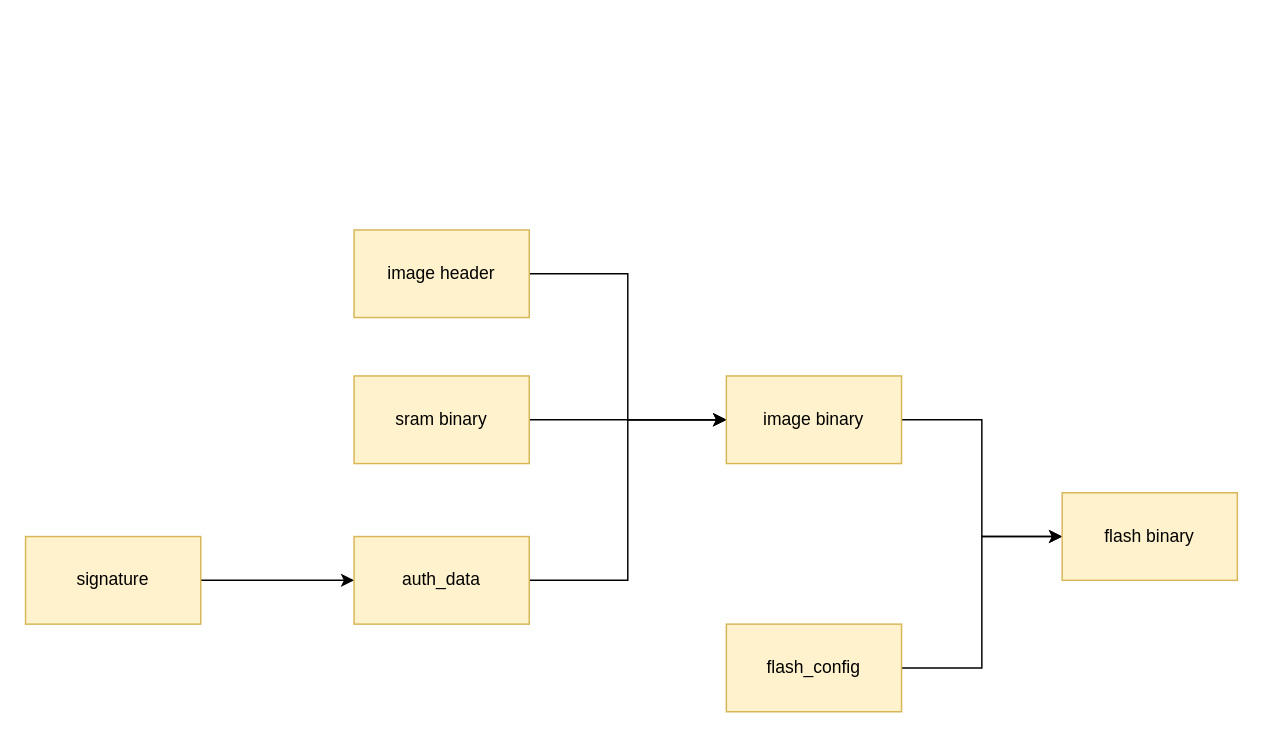
Above: page "host tool" (1 of 3) of w2409.drawio in thomas-coding/drawio (draw.io), before the change. Source tidied: cells renumbered, new cells numbered last; positions are measured from the earlier drawing's top-left corner, leaving out a move shared by most shapes. Both pictures are drawn from the tidied source at 146%, with x=0, y=0 at pixel (25, 229).
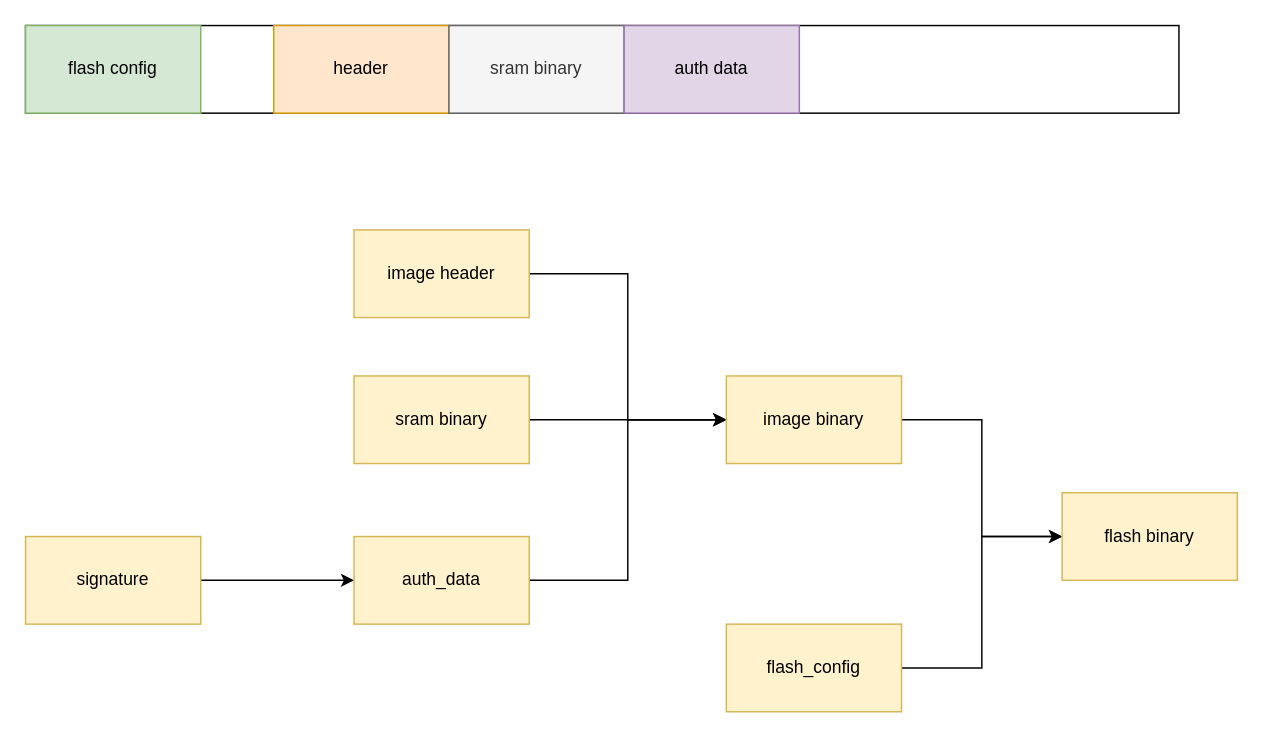
After the change.

What changed in the source:
```diff
@@
 <mxGraphModel>
   <root>
     <mxCell id="0" />
     <mxCell id="1" parent="0" />
     <mxCell id="2" style="edgeStyle=orthogonalEdgeStyle;rounded=0;jettySize=auto;html=1;entryX=0;entryY=0.5;entryDx=0;entryDy=0;" parent="1" edge="1" source="3" target="11">
       <mxGeometry relative="1" as="geometry" />
     </mxCell>
     <mxCell id="3" value="image header" style="rounded=0;whiteSpace=wrap;html=1;fillColor=#fff2cc;strokeColor=#d6b656;" parent="1" vertex="1">
       <mxGeometry x="225" width="120" height="60" as="geometry" />
     </mxCell>
     <mxCell id="4" style="edgeStyle=orthogonalEdgeStyle;rounded=0;jettySize=auto;html=1;entryX=0;entryY=0.5;entryDx=0;entryDy=0;" parent="1" edge="1" source="5" target="7">
       <mxGeometry relative="1" as="geometry" />
     </mxCell>
     <mxCell id="5" value="signature" style="rounded=0;whiteSpace=wrap;html=1;fillColor=#fff2cc;strokeColor=#d6b656;" parent="1" vertex="1">
       <mxGeometry y="210" width="120" height="60" as="geometry" />
     </mxCell>
     <mxCell id="6" style="edgeStyle=orthogonalEdgeStyle;rounded=0;jettySize=auto;html=1;entryX=0;entryY=0.5;entryDx=0;entryDy=0;" parent="1" edge="1" source="7" target="11">
       <mxGeometry relative="1" as="geometry" />
     </mxCell>
     <mxCell id="7" value="auth_data" style="rounded=0;whiteSpace=wrap;html=1;fillColor=#fff2cc;strokeColor=#d6b656;" parent="1" vertex="1">
       <mxGeometry x="225" y="210" width="120" height="60" as="geometry" />
     </mxCell>
     <mxCell id="8" style="edgeStyle=orthogonalEdgeStyle;rounded=0;jettySize=auto;html=1;entryX=0;entryY=0.5;entryDx=0;entryDy=0;" parent="1" edge="1" source="9" target="11">
       <mxGeometry relative="1" as="geometry" />
     </mxCell>
     <mxCell id="9" value="sram binary" style="rounded=0;whiteSpace=wrap;html=1;fillColor=#fff2cc;strokeColor=#d6b656;" parent="1" vertex="1">
       <mxGeometry x="225" y="100" width="120" height="60" as="geometry" />
     </mxCell>
     <mxCell id="10" style="edgeStyle=orthogonalEdgeStyle;rounded=0;jettySize=auto;html=1;entryX=0;entryY=0.5;entryDx=0;entryDy=0;" parent="1" edge="1" source="11" target="14">
       <mxGeometry relative="1" as="geometry" />
     </mxCell>
     <mxCell id="11" value="image binary" style="rounded=0;whiteSpace=wrap;html=1;fillColor=#fff2cc;strokeColor=#d6b656;" parent="1" vertex="1">
       <mxGeometry x="480" y="100" width="120" height="60" as="geometry" />
     </mxCell>
     <mxCell id="12" style="edgeStyle=orthogonalEdgeStyle;rounded=0;jettySize=auto;html=1;entryX=0;entryY=0.5;entryDx=0;entryDy=0;" parent="1" edge="1" source="13" target="14">
       <mxGeometry relative="1" as="geometry" />
     </mxCell>
     <mxCell id="13" value="flash_config" style="rounded=0;whiteSpace=wrap;html=1;fillColor=#fff2cc;strokeColor=#d6b656;" parent="1" vertex="1">
       <mxGeometry x="480" y="270" width="120" height="60" as="geometry" />
     </mxCell>
     <mxCell id="14" value="flash binary" style="rounded=0;whiteSpace=wrap;html=1;fillColor=#fff2cc;strokeColor=#d6b656;" parent="1" vertex="1">
       <mxGeometry x="710" y="180" width="120" height="60" as="geometry" />
     </mxCell>
+    <mxCell id="15" style="rounded=0;whiteSpace=wrap;html=1;" parent="1" vertex="1">
+      <mxGeometry y="-140" width="790" height="60" as="geometry" />
+    </mxCell>
+    <mxCell id="16" value="flash config" style="rounded=0;whiteSpace=wrap;html=1;fillColor=#d5e8d4;strokeColor=#82b366;" parent="1" vertex="1">
+      <mxGeometry y="-140" width="120" height="60" as="geometry" />
+    </mxCell>
+    <mxCell id="17" value="header" style="rounded=0;whiteSpace=wrap;html=1;fillColor=#ffe6cc;strokeColor=#d79b00;" parent="1" vertex="1">
+      <mxGeometry x="170" y="-140" width="120" height="60" as="geometry" />
+    </mxCell>
+    <mxCell id="18" value="sram binary" style="rounded=0;whiteSpace=wrap;html=1;fillColor=#f5f5f5;strokeColor=#666666;fontColor=#333333;" parent="1" vertex="1">
+      <mxGeometry x="290" y="-140" width="120" height="60" as="geometry" />
+    </mxCell>
+    <mxCell id="19" value="auth data" style="rounded=0;whiteSpace=wrap;html=1;fillColor=#e1d5e7;strokeColor=#9673a6;" parent="1" vertex="1">
+      <mxGeometry x="410" y="-140" width="120" height="60" as="geometry" />
+    </mxCell>
   </root>
 </mxGraphModel>
```
